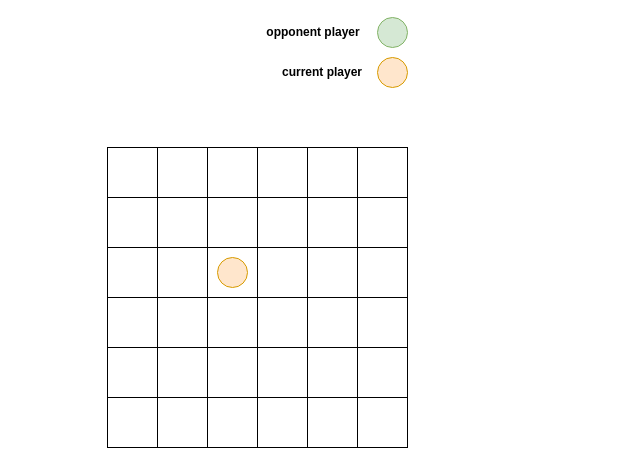
The draw.io diagram GOMOKU.drawio in nighood/Diagrams, before the edit. Source tidied: cells renumbered, new cells numbered last; positions are measured from the earlier drawing's top-left corner, leaving out a move shared by most shapes. Both pictures are drawn from the tidied source at 100%, with x=0, y=0 at pixel (107, 17).
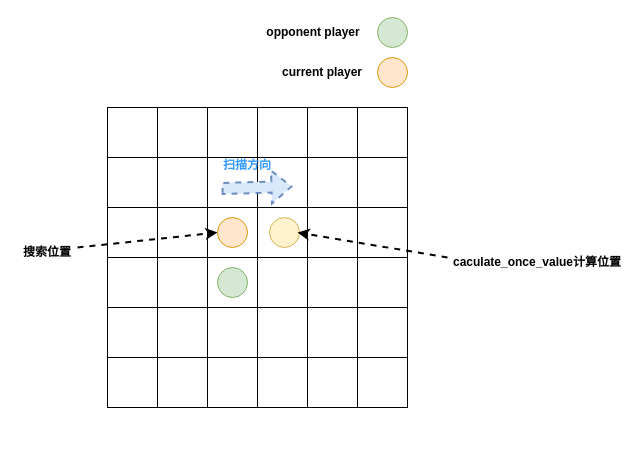
The same page after the edit.

The change refers to these unchanged cells:
```xml
<mxCell id="51" style="ellipse;whiteSpace=wrap;html=1;fillColor=#ffe6cc;strokeColor=#d79b00;" parent="2" vertex="1">
  <mxGeometry x="110" y="110" width="30" height="30" as="geometry" />
</mxCell>
```

What changed in the source:
```diff
@@
     <mxCell id="2" style="group;" parent="1" vertex="1">
-      <mxGeometry y="130" width="300" height="300" as="geometry" />
+      <mxGeometry y="90" width="300" height="300" as="geometry" />
     </mxCell>
@@
+    <mxCell id="56" style="ellipse;whiteSpace=wrap;html=1;fillColor=#d5e8d4;strokeColor=#82b366;" parent="2" vertex="1">
+      <mxGeometry x="110" y="160" width="30" height="30" as="geometry" />
+    </mxCell>
+    <mxCell id="57" style="shape=flexArrow;endArrow=classic;html=1;rounded=0;dashed=1;strokeWidth=2;fillColor=#dae8fc;strokeColor=#6c8ebf;" parent="2" edge="1">
+      <mxGeometry relative="1" as="geometry">
+        <mxPoint x="114" y="81" as="sourcePoint" />
+        <mxPoint x="185" y="79" as="targetPoint" />
+      </mxGeometry>
+    </mxCell>
+    <mxCell id="58" value="&lt;b&gt;扫描方向&lt;/b&gt;" style="text;html=1;strokeColor=none;fillColor=none;align=center;verticalAlign=middle;whiteSpace=wrap;rounded=0;fontColor=#3399FF;" parent="2" vertex="1">
+      <mxGeometry x="110" y="43" width="60" height="30" as="geometry" />
+    </mxCell>
+    <mxCell id="59" style="ellipse;whiteSpace=wrap;html=1;fillColor=#fff2cc;strokeColor=#d6b656;" parent="2" vertex="1">
+      <mxGeometry x="162" y="110" width="30" height="30" as="geometry" />
+    </mxCell>
@@
+    <mxCell id="60" style="endArrow=classic;html=1;rounded=0;entryX=0;entryY=0.5;entryDx=0;entryDy=0;dashed=1;strokeWidth=2;" parent="1" edge="1" target="51">
+      <mxGeometry relative="1" as="geometry">
+        <mxPoint x="-30" y="230" as="sourcePoint" />
+      </mxGeometry>
+    </mxCell>
+    <mxCell id="61" value="&lt;b&gt;搜索位置&lt;/b&gt;" style="text;html=1;strokeColor=none;fillColor=none;align=center;verticalAlign=middle;whiteSpace=wrap;rounded=0;" parent="1" vertex="1">
+      <mxGeometry x="-90" y="220" width="60" height="30" as="geometry" />
+    </mxCell>
+    <mxCell id="62" style="endArrow=classic;html=1;rounded=0;entryX=1;entryY=0.5;entryDx=0;entryDy=0;dashed=1;strokeWidth=2;" parent="1" edge="1">
+      <mxGeometry relative="1" as="geometry">
+        <mxPoint x="340" y="240" as="sourcePoint" />
+        <mxPoint x="190" y="215" as="targetPoint" />
+      </mxGeometry>
+    </mxCell>
+    <mxCell id="63" value="&lt;b&gt;caculate_once_value计算位置&lt;/b&gt;" style="text;html=1;strokeColor=none;fillColor=none;align=center;verticalAlign=middle;whiteSpace=wrap;rounded=0;" parent="1" vertex="1">
+      <mxGeometry x="340" y="230" width="180" height="30" as="geometry" />
+    </mxCell>
```
